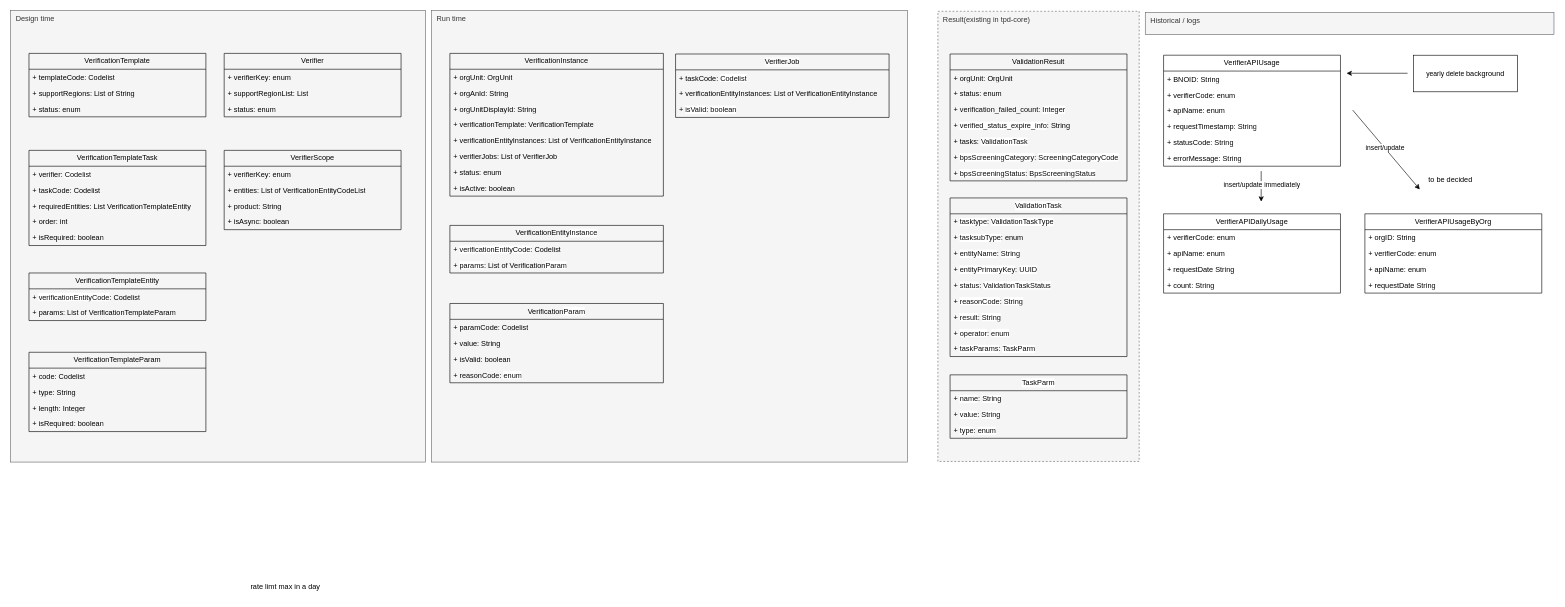
Above: page "Modeling" (3 of 9) of verification_framework.drawio in huangshijie/Drawio (draw.io), before the change. Source tidied: cells renumbered, new cells numbered last; positions are measured from the earlier drawing's top-left corner, leaving out a move shared by most shapes. Both pictures are drawn from the tidied source at 61%, with x=0, y=0 at pixel (10, 10).
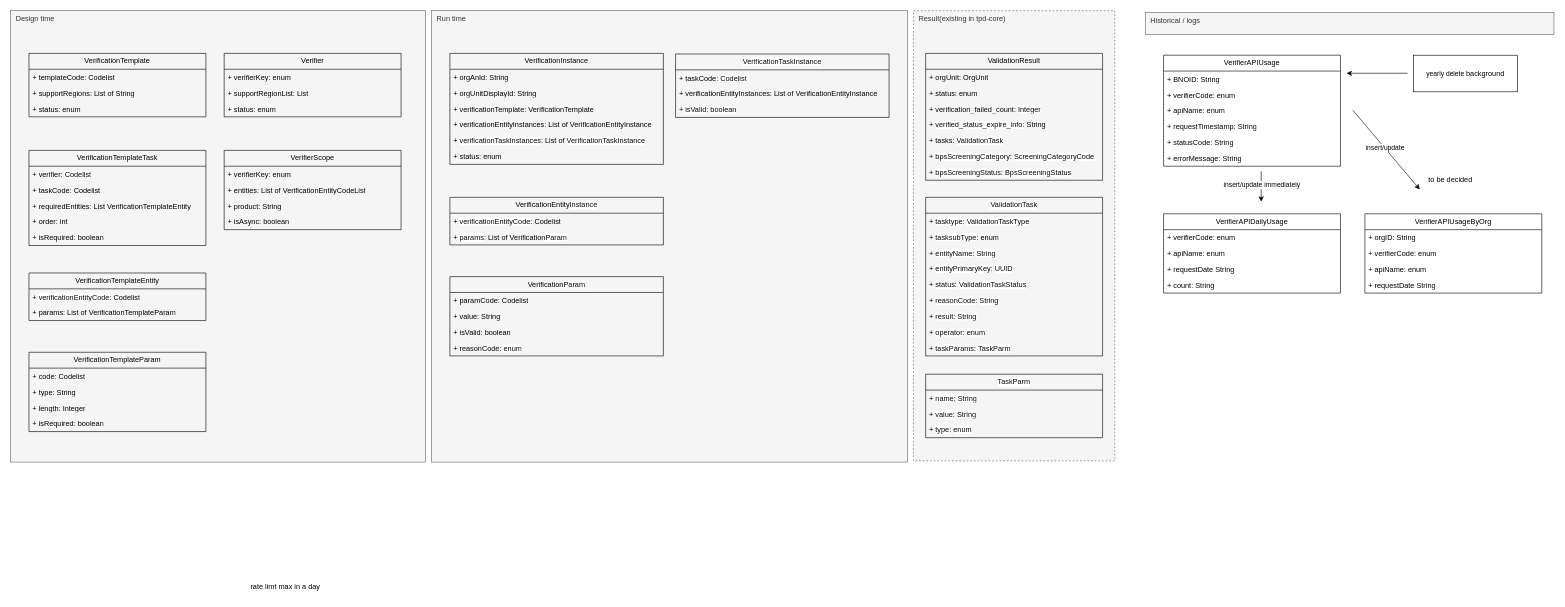
The same page after the edit.

What changed in the source:
```diff
@@
     <mxCell id="2" value="&amp;nbsp; Result(existing in tpd-core)&amp;nbsp;" style="rounded=0;whiteSpace=wrap;html=1;align=left;verticalAlign=top;fillColor=#f5f5f5;strokeColor=#666666;fontColor=#333333;dashed=1;" parent="1" vertex="1">
-      <mxGeometry x="1520" y="1" width="330" height="738" as="geometry" />
+      <mxGeometry x="1480" width="330" height="738" as="geometry" />
     </mxCell>
@@
     <mxCell id="5" value="VerificationInstance" style="swimlane;fontStyle=0;horizontal=1;startSize=26;fillColor=none;whiteSpace=wrap;html=1;fontFamily=Helvetica;fontSize=12;" parent="1" vertex="1">
-      <mxGeometry x="720" y="70" width="350" height="234" as="geometry" />
+      <mxGeometry x="720" y="70" width="350" height="182" as="geometry" />
     </mxCell>
-    <mxCell id="6" value="+ orgUnit: OrgUnit" style="text;strokeColor=none;fillColor=none;align=left;verticalAlign=top;spacingLeft=4;spacingRight=4;overflow=hidden;whiteSpace=wrap;html=1;fontFamily=Helvetica;fontSize=12;" parent="5" vertex="1">
-      <mxGeometry y="26" width="350" height="26" as="geometry" />
-    </mxCell>
     <mxCell id="7" value="+ orgAnId: String" style="text;strokeColor=none;fillColor=none;align=left;verticalAlign=top;spacingLeft=4;spacingRight=4;overflow=hidden;whiteSpace=wrap;html=1;" parent="5" vertex="1">
-      <mxGeometry y="52" width="350" height="26" as="geometry" />
+      <mxGeometry y="26" width="350" height="26" as="geometry" />
     </mxCell>
     <mxCell id="8" value="+ orgUnitDisplayId: String" style="text;strokeColor=none;fillColor=none;align=left;verticalAlign=top;spacingLeft=4;spacingRight=4;overflow=hidden;whiteSpace=wrap;html=1;" parent="5" vertex="1">
-      <mxGeometry y="78" width="350" height="26" as="geometry" />
+      <mxGeometry y="52" width="350" height="26" as="geometry" />
     </mxCell>
     <mxCell id="9" value="+ verificationTemplate: VerificationTemplate" style="text;strokeColor=none;fillColor=none;align=left;verticalAlign=top;spacingLeft=4;spacingRight=4;overflow=hidden;whiteSpace=wrap;html=1;" parent="5" vertex="1">
-      <mxGeometry y="104" width="350" height="26" as="geometry" />
+      <mxGeometry y="78" width="350" height="26" as="geometry" />
     </mxCell>
     <mxCell id="10" value="+ verificationEntityInstances: List of VerificationEntityInstance" style="text;strokeColor=none;fillColor=none;align=left;verticalAlign=top;spacingLeft=4;spacingRight=4;overflow=hidden;whiteSpace=wrap;html=1;" parent="5" vertex="1">
-      <mxGeometry y="130" width="350" height="26" as="geometry" />
+      <mxGeometry y="104" width="350" height="26" as="geometry" />
     </mxCell>
-    <mxCell id="11" value="+ verifierJobs: List of VerifierJob" style="text;strokeColor=none;fillColor=none;align=left;verticalAlign=top;spacingLeft=4;spacingRight=4;overflow=hidden;whiteSpace=wrap;html=1;" parent="5" vertex="1">
-      <mxGeometry y="156" width="350" height="26" as="geometry" />
+    <mxCell id="11" value="+&amp;nbsp;&lt;span style=&quot;color: rgb(8, 8, 8); text-align: center; background-color: rgb(255, 255, 255);&quot;&gt;verificationTaskInstances&lt;/span&gt;: List of&amp;nbsp;&lt;span style=&quot;color: rgb(8, 8, 8); text-align: center; background-color: rgb(255, 255, 255);&quot;&gt;VerificationTaskInstance&lt;/span&gt;" style="text;strokeColor=none;fillColor=none;align=left;verticalAlign=top;spacingLeft=4;spacingRight=4;overflow=hidden;whiteSpace=wrap;html=1;" parent="5" vertex="1">
+      <mxGeometry y="130" width="350" height="26" as="geometry" />
     </mxCell>
     <mxCell id="12" value="+ status: enum" style="text;strokeColor=none;fillColor=none;align=left;verticalAlign=top;spacingLeft=4;spacingRight=4;overflow=hidden;whiteSpace=wrap;html=1;fontFamily=Helvetica;fontSize=12;" parent="5" vertex="1">
-      <mxGeometry y="182" width="350" height="26" as="geometry" />
+      <mxGeometry y="156" width="350" height="26" as="geometry" />
     </mxCell>
-    <mxCell id="13" value="+ isActive: boolean" style="text;strokeColor=none;fillColor=none;align=left;verticalAlign=top;spacingLeft=4;spacingRight=4;overflow=hidden;whiteSpace=wrap;html=1;" parent="5" vertex="1">
-      <mxGeometry y="208" width="350" height="26" as="geometry" />
-    </mxCell>
@@
-    <mxCell id="15" value="&lt;div style=&quot;background-color: rgb(255, 255, 255); color: rgb(8, 8, 8); font-size: 12px;&quot;&gt;&lt;div style=&quot;font-size: 12px;&quot;&gt;&lt;span style=&quot;color: rgb(0, 0, 0); text-align: left; background-color: rgb(251, 251, 251);&quot;&gt;VerifierJob&lt;/span&gt;&lt;br&gt;&lt;/div&gt;&lt;/div&gt;" style="swimlane;fontStyle=0;horizontal=1;startSize=26;fillColor=none;whiteSpace=wrap;html=1;fontFamily=Helvetica;fontSize=12;" parent="1" vertex="1">
+    <mxCell id="15" value="&lt;div style=&quot;background-color: rgb(255, 255, 255); color: rgb(8, 8, 8); font-size: 12px;&quot;&gt;&lt;div style=&quot;font-size: 12px;&quot;&gt;&lt;span&gt;&lt;span dir=&quot;ltr&quot; class=&quot;ui-provider a b c d e f g h i j k l m n o p q r s t u v w x y z ab ac ae af ag ah ai aj ak&quot;&gt;VerificationTaskInstance&lt;/span&gt;&lt;/span&gt;&lt;/div&gt;&lt;/div&gt;" style="swimlane;fontStyle=0;horizontal=1;startSize=26;fillColor=none;whiteSpace=wrap;html=1;fontFamily=Helvetica;fontSize=12;" parent="1" vertex="1">
       <mxGeometry x="1090" y="71" width="350" height="104" as="geometry" />
     </mxCell>
@@
     <mxCell id="53" value="&lt;span style=&quot;text-align: left; background-color: initial;&quot;&gt;Verification&lt;/span&gt;&lt;span style=&quot;text-align: left; background-color: rgb(255, 255, 255); color: rgb(8, 8, 8);&quot;&gt;Param&lt;/span&gt;" style="swimlane;fontStyle=0;horizontal=1;startSize=26;fillColor=none;whiteSpace=wrap;html=1;fontFamily=Helvetica;fontSize=12;" parent="1" vertex="1">
-      <mxGeometry x="720" y="480" width="350" height="130" as="geometry" />
+      <mxGeometry x="720" y="436" width="350" height="130" as="geometry" />
     </mxCell>
@@
     <mxCell id="77" value="ValidationResult" style="swimlane;fontStyle=0;horizontal=1;startSize=26;fillColor=none;whiteSpace=wrap;html=1;fontFamily=Helvetica;fontSize=12;" parent="1" vertex="1">
-      <mxGeometry x="1540" y="71" width="290" height="208" as="geometry" />
+      <mxGeometry x="1500" y="70" width="290" height="208" as="geometry" />
     </mxCell>
@@
     <mxCell id="85" value="&lt;div style=&quot;background-color: rgb(255, 255, 255); color: rgb(8, 8, 8); font-size: 12px;&quot;&gt;&lt;div style=&quot;font-size: 12px;&quot;&gt;&lt;br style=&quot;font-size: 12px;&quot;&gt;&lt;/div&gt;&lt;/div&gt;" style="text;html=1;align=center;verticalAlign=middle;strokeColor=none;fillColor=none;fontFamily=Helvetica;fontSize=12;" parent="1" vertex="1">
-      <mxGeometry x="1690" y="307" width="20" height="30" as="geometry" />
+      <mxGeometry x="1650" y="306" width="20" height="30" as="geometry" />
     </mxCell>
     <mxCell id="86" value="&lt;div style=&quot;background-color: rgb(255, 255, 255); color: rgb(8, 8, 8); font-size: 12px;&quot;&gt;&lt;div style=&quot;font-size: 12px;&quot;&gt;ValidationTask&lt;/div&gt;&lt;/div&gt;" style="swimlane;fontStyle=0;horizontal=1;startSize=26;fillColor=none;whiteSpace=wrap;html=1;fontFamily=Helvetica;fontSize=12;" parent="1" vertex="1">
-      <mxGeometry x="1540" y="307" width="290" height="260" as="geometry" />
+      <mxGeometry x="1500" y="306" width="290" height="260" as="geometry" />
     </mxCell>
@@
     <mxCell id="96" value="&lt;div style=&quot;background-color: rgb(255, 255, 255); color: rgb(8, 8, 8); font-size: 12px;&quot;&gt;&lt;div style=&quot;font-size: 12px;&quot;&gt;TaskParm&lt;/div&gt;&lt;/div&gt;" style="swimlane;fontStyle=0;horizontal=1;startSize=26;fillColor=none;whiteSpace=wrap;html=1;fontFamily=Helvetica;fontSize=12;" parent="1" vertex="1">
-      <mxGeometry x="1540" y="597" width="290" height="104" as="geometry" />
+      <mxGeometry x="1500" y="596" width="290" height="104" as="geometry" />
     </mxCell>
@@
     <mxCell id="100" value="&lt;span style=&quot;text-align: left; background-color: initial;&quot;&gt;VerificationEntity&lt;/span&gt;&lt;span style=&quot;text-align: left; background-color: rgb(255, 255, 255);&quot;&gt;&lt;font color=&quot;#080808&quot;&gt;Instance&lt;/font&gt;&lt;/span&gt;" style="swimlane;fontStyle=0;horizontal=1;startSize=26;fillColor=none;whiteSpace=wrap;html=1;fontFamily=Helvetica;fontSize=12;" parent="1" vertex="1">
-      <mxGeometry x="720" y="352" width="350" height="78" as="geometry" />
+      <mxGeometry x="720" y="306" width="350" height="78" as="geometry" />
     </mxCell>
```
